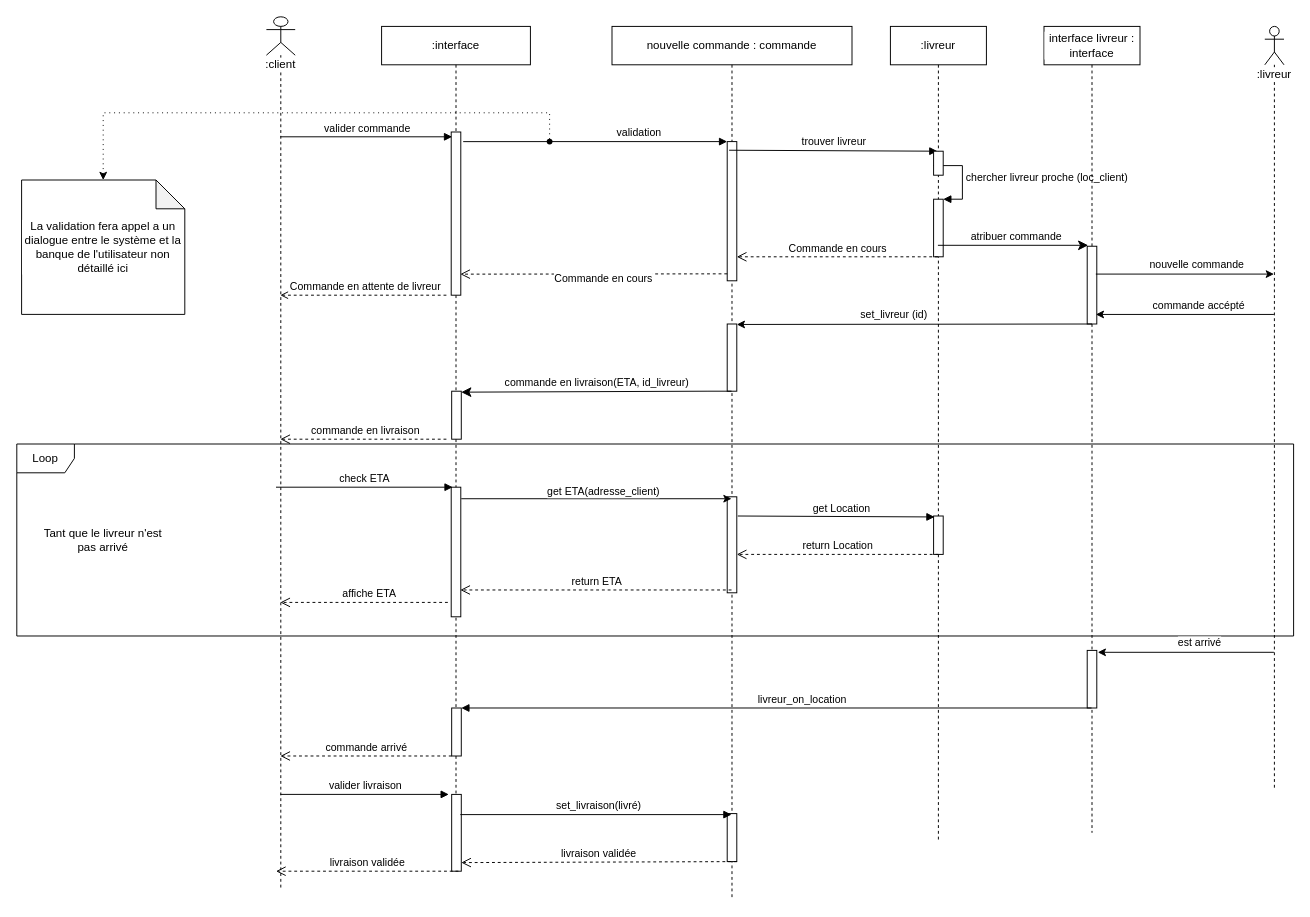
This is page "Livraison" (4 of 4) of sequence_diagrams.drawio from sebastien-deren/projet_4, a draw.io file, before an edit. Source tidied: cells renumbered, new cells numbered last; positions are measured from the earlier drawing's top-left corner, leaving out a move shared by most shapes. Both pictures are drawn from the tidied source at 96%, with x=0, y=0 at pixel (16, 16).
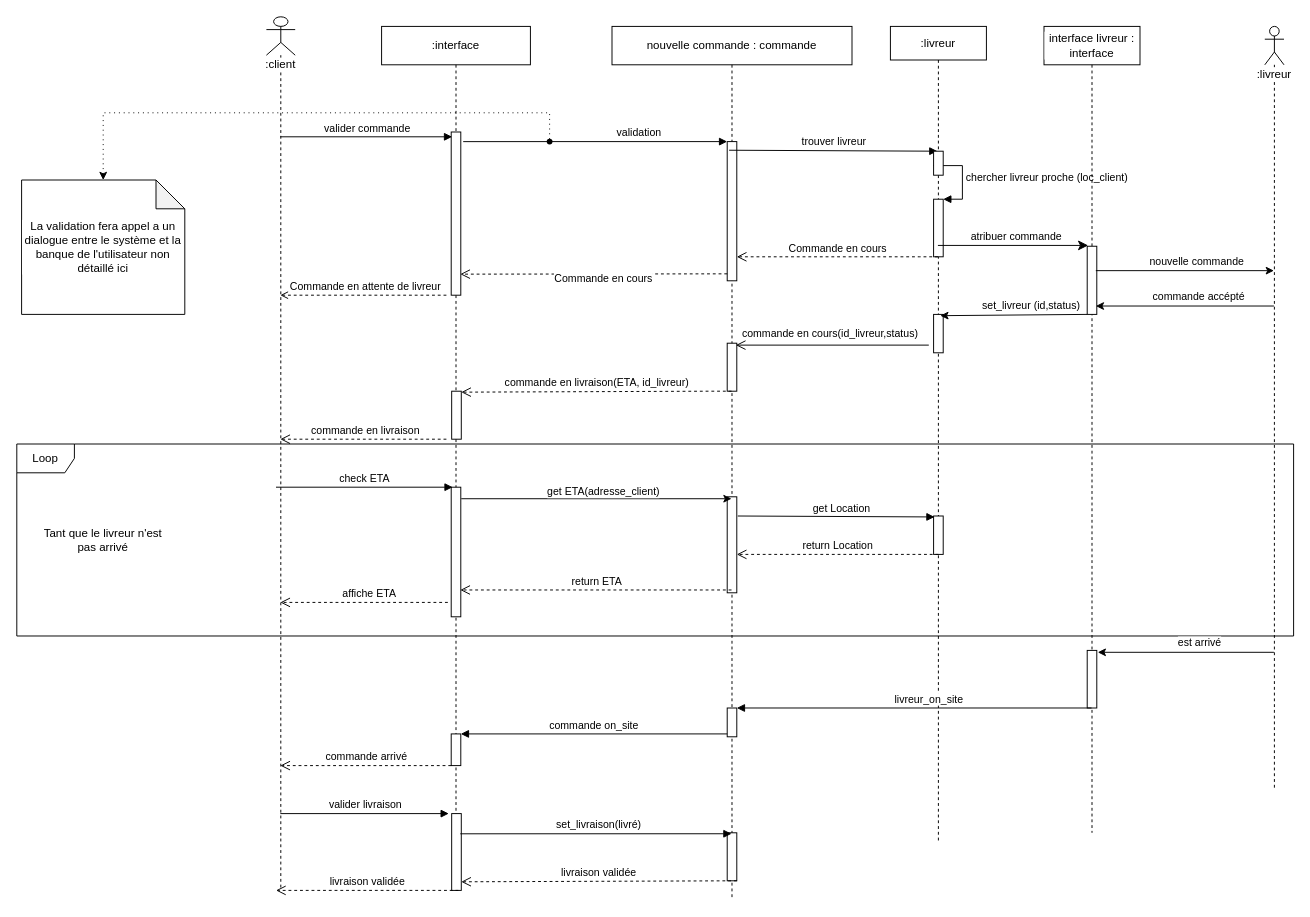
Above is the later version.

Commit message:
Mettre à jour sequence_diagrams.drawio

Unchanged cells that the change refers to:
```xml
<mxCell id="3" value=":client" style="shape=umlLifeline;participant=umlActor;perimeter=lifelinePerimeter;whiteSpace=wrap;html=1;verticalAlign=top;spacingTop=36;outlineConnect=0;labelBackgroundColor=default;" parent="1" vertex="1">
  <mxGeometry x="260" width="30" height="910" as="geometry" />
</mxCell>
<mxCell id="4" value=":interface" style="shape=umlLifeline;perimeter=lifelinePerimeter;whiteSpace=wrap;html=1;labelBackgroundColor=default;" parent="1" vertex="1">
  <mxGeometry x="380" y="10" width="155" height="880" as="geometry" />
</mxCell>
<mxCell id="9" style="html=1;points=[];perimeter=orthogonalPerimeter;labelBackgroundColor=default;" parent="4" vertex="1">
  <mxGeometry x="73" y="380" width="10" height="50" as="geometry" />
</mxCell>
<mxCell id="10" value="nouvelle commande : commande" style="shape=umlLifeline;perimeter=lifelinePerimeter;whiteSpace=wrap;html=1;outlineConnect=0;labelBackgroundColor=default;" parent="1" vertex="1">
  <mxGeometry x="620" y="10" width="250" height="910" as="geometry" />
</mxCell>
<mxCell id="22" value="interface livreur : interface" style="shape=umlLifeline;perimeter=lifelinePerimeter;whiteSpace=wrap;html=1;outlineConnect=0;labelBackgroundColor=default;" parent="1" vertex="1">
  <mxGeometry x="1070" y="10" width="100" height="840" as="geometry" />
</mxCell>
```

Change to the diagram source:
```diff
@@
     <mxCell id="5" style="rounded=0;whiteSpace=wrap;html=1;labelBackgroundColor=default;" parent="4" vertex="1">
-      <mxGeometry x="73" y="710" width="10" height="50" as="geometry" />
+      <mxGeometry x="72.5" y="737" width="10" height="33" as="geometry" />
     </mxCell>
     <mxCell id="6" style="html=1;points=[];perimeter=orthogonalPerimeter;labelBackgroundColor=default;" parent="4" vertex="1">
-      <mxGeometry x="73" y="800" width="10" height="80" as="geometry" />
+      <mxGeometry x="73" y="820" width="10" height="80" as="geometry" />
     </mxCell>
@@
     <mxCell id="12" style="html=1;points=[];perimeter=orthogonalPerimeter;labelBackgroundColor=default;" parent="10" vertex="1">
-      <mxGeometry x="120" y="310" width="10" height="70" as="geometry" />
+      <mxGeometry x="120" y="330" width="10" height="50" as="geometry" />
     </mxCell>
     <mxCell id="13" style="html=1;perimeter=orthogonalPerimeter;labelBackgroundColor=default;" parent="10" vertex="1">
-      <mxGeometry x="120" y="820" width="10" height="50" as="geometry" />
+      <mxGeometry x="120" y="840" width="10" height="50" as="geometry" />
     </mxCell>
@@
+    <mxCell id="60" style="html=1;points=[];perimeter=orthogonalPerimeter;" parent="10" vertex="1">
+      <mxGeometry x="120" y="710" width="10" height="30" as="geometry" />
+    </mxCell>
-    <mxCell id="16" value=":livreur" style="shape=umlLifeline;perimeter=lifelinePerimeter;whiteSpace=wrap;html=1;outlineConnect=0;labelBackgroundColor=default;" parent="1" vertex="1">
+    <mxCell id="16" value=":livreur" style="shape=umlLifeline;perimeter=lifelinePerimeter;whiteSpace=wrap;html=1;outlineConnect=0;labelBackgroundColor=default;size=35;" parent="1" vertex="1">
       <mxGeometry x="910" y="10" width="100" height="850" as="geometry" />
     </mxCell>
@@
+    <mxCell id="61" style="html=1;points=[];perimeter=orthogonalPerimeter;imageHeight=24;" parent="16" vertex="1">
+      <mxGeometry x="45" y="300" width="10" height="40" as="geometry" />
+    </mxCell>
@@
     <mxCell id="24" style="html=1;points=[];perimeter=orthogonalPerimeter;labelBackgroundColor=default;" parent="22" vertex="1">
-      <mxGeometry x="45" y="229" width="10" height="81" as="geometry" />
+      <mxGeometry x="45" y="229" width="10" height="71" as="geometry" />
     </mxCell>
@@
-    <mxCell id="35" style="edgeStyle=none;rounded=0;jettySize=auto;html=1;startArrow=none;startFill=0;endArrow=classic;endFill=1;entryX=1;entryY=0.007;entryDx=0;entryDy=0;entryPerimeter=0;" parent="1" edge="1" target="12">
-      <mxGeometry relative="1" as="geometry">
-        <mxPoint x="1120" y="320" as="sourcePoint" />
-      </mxGeometry>
+    <mxCell id="35" style="edgeStyle=none;rounded=0;jettySize=auto;html=1;startArrow=none;startFill=0;endArrow=classic;endFill=1;exitX=0;exitY=1;exitDx=0;exitDy=0;exitPerimeter=0;entryX=0.7;entryY=0.033;entryDx=0;entryDy=0;entryPerimeter=0;" parent="1" edge="1" source="24" target="61">
+      <mxGeometry relative="1" as="geometry" />
     </mxCell>
-    <mxCell id="36" value="set_livreur (id)&amp;nbsp;" style="edgeLabel;html=1;align=center;verticalAlign=middle;" parent="35" vertex="1">
+    <mxCell id="36" value="set_livreur (id,status)&amp;nbsp;" style="edgeLabel;html=1;align=center;verticalAlign=middle;" parent="35" vertex="1">
       <mxGeometry x="0.74" y="-3" relative="1" as="geometry">
-        <mxPoint x="117" y="-8" as="offset" />
+        <mxPoint x="76" y="-8" as="offset" />
       </mxGeometry>
     </mxCell>
@@
-    <mxCell id="38" value="commande en livraison(ETA, id_livreur)" style="html=1;verticalAlign=bottom;endArrow=classic;endSize=8;rounded=0;endFill=1;entryX=1;entryY=0.02;entryDx=0;entryDy=0;entryPerimeter=0;" parent="1" edge="1" source="10" target="9">
+    <mxCell id="38" value="commande en livraison(ETA, id_livreur)" style="html=1;verticalAlign=bottom;endArrow=open;endSize=8;rounded=0;endFill=0;entryX=1;entryY=0.02;entryDx=0;entryDy=0;entryPerimeter=0;dashed=1;" parent="1" edge="1" source="10" target="9">
       <mxGeometry relative="1" as="geometry">
         <Array as="points">
           <mxPoint x="720" y="390" />
         </Array>
       </mxGeometry>
     </mxCell>
@@
-    <mxCell id="49" value="livreur_on_location" style="html=1;verticalAlign=bottom;endArrow=block;rounded=0;entryX=1;entryY=0;entryDx=0;entryDy=0;" parent="1" edge="1" source="22" target="5">
+    <mxCell id="49" value="livreur_on_site" style="html=1;verticalAlign=bottom;endArrow=block;rounded=0;" parent="1" edge="1" source="22" target="60">
       <mxGeometry x="-0.08" relative="1" as="geometry" />
     </mxCell>
@@
-    <mxCell id="51" value="valider livraison" style="html=1;verticalAlign=bottom;endArrow=block;rounded=0;" parent="1" edge="1" source="3">
+    <mxCell id="51" value="valider livraison" style="html=1;verticalAlign=bottom;endArrow=block;rounded=0;" parent="1" edge="1">
       <mxGeometry relative="1" as="geometry">
-        <mxPoint x="450" y="810" as="targetPoint" />
+        <mxPoint x="274.5" y="830" as="sourcePoint" />
+        <mxPoint x="450" y="830" as="targetPoint" />
       </mxGeometry>
     </mxCell>
@@
-    <mxCell id="57" value="set_livraison(livré)" style="html=1;verticalAlign=bottom;endArrow=block;rounded=0;exitX=0.9;exitY=0.263;exitDx=0;exitDy=0;exitPerimeter=0;" parent="1" edge="1" source="6" target="10">
-      <mxGeometry x="0.02" relative="1" as="geometry" />
+    <mxCell id="57" value="set_livraison(livré)" style="html=1;verticalAlign=bottom;endArrow=block;rounded=0;exitX=0.9;exitY=0.263;exitDx=0;exitDy=0;exitPerimeter=0;" parent="1" edge="1" source="6">
+      <mxGeometry x="0.02" relative="1" as="geometry">
+        <mxPoint x="744.5" y="851" as="targetPoint" />
+      </mxGeometry>
     </mxCell>
     <mxCell id="58" value="livraison validée" style="html=1;verticalAlign=bottom;endArrow=open;dashed=1;endSize=8;rounded=0;entryX=1;entryY=0.888;entryDx=0;entryDy=0;entryPerimeter=0;" parent="1" edge="1" target="6">
       <mxGeometry relative="1" as="geometry">
-        <mxPoint x="750" y="880" as="sourcePoint" />
+        <mxPoint x="750" y="900" as="sourcePoint" />
       </mxGeometry>
     </mxCell>
     <mxCell id="59" value="livraison validée" style="html=1;verticalAlign=bottom;endArrow=open;dashed=1;endSize=8;rounded=0;" parent="1" edge="1">
       <mxGeometry relative="1" as="geometry">
-        <mxPoint x="460" y="890" as="sourcePoint" />
-        <mxPoint x="270" y="890" as="targetPoint" />
+        <mxPoint x="460" y="910" as="sourcePoint" />
+        <mxPoint x="270" y="910" as="targetPoint" />
       </mxGeometry>
     </mxCell>
+    <mxCell id="62" value="commande en cours(id_livreur,status)" style="html=1;verticalAlign=bottom;endArrow=open;endSize=8;rounded=0;entryX=0.9;entryY=0.04;entryDx=0;entryDy=0;entryPerimeter=0;" parent="1" edge="1" target="12">
+      <mxGeometry x="0.02" y="-3" relative="1" as="geometry">
+        <mxPoint x="950" y="342" as="sourcePoint" />
+      </mxGeometry>
+    </mxCell>
+    <mxCell id="63" value="commande on_site" style="html=1;verticalAlign=bottom;endArrow=block;rounded=0;entryX=1;entryY=0;entryDx=0;entryDy=0;" parent="1" edge="1" target="5">
+      <mxGeometry relative="1" as="geometry">
+        <mxPoint x="740" y="747" as="sourcePoint" />
+      </mxGeometry>
+    </mxCell>
```
